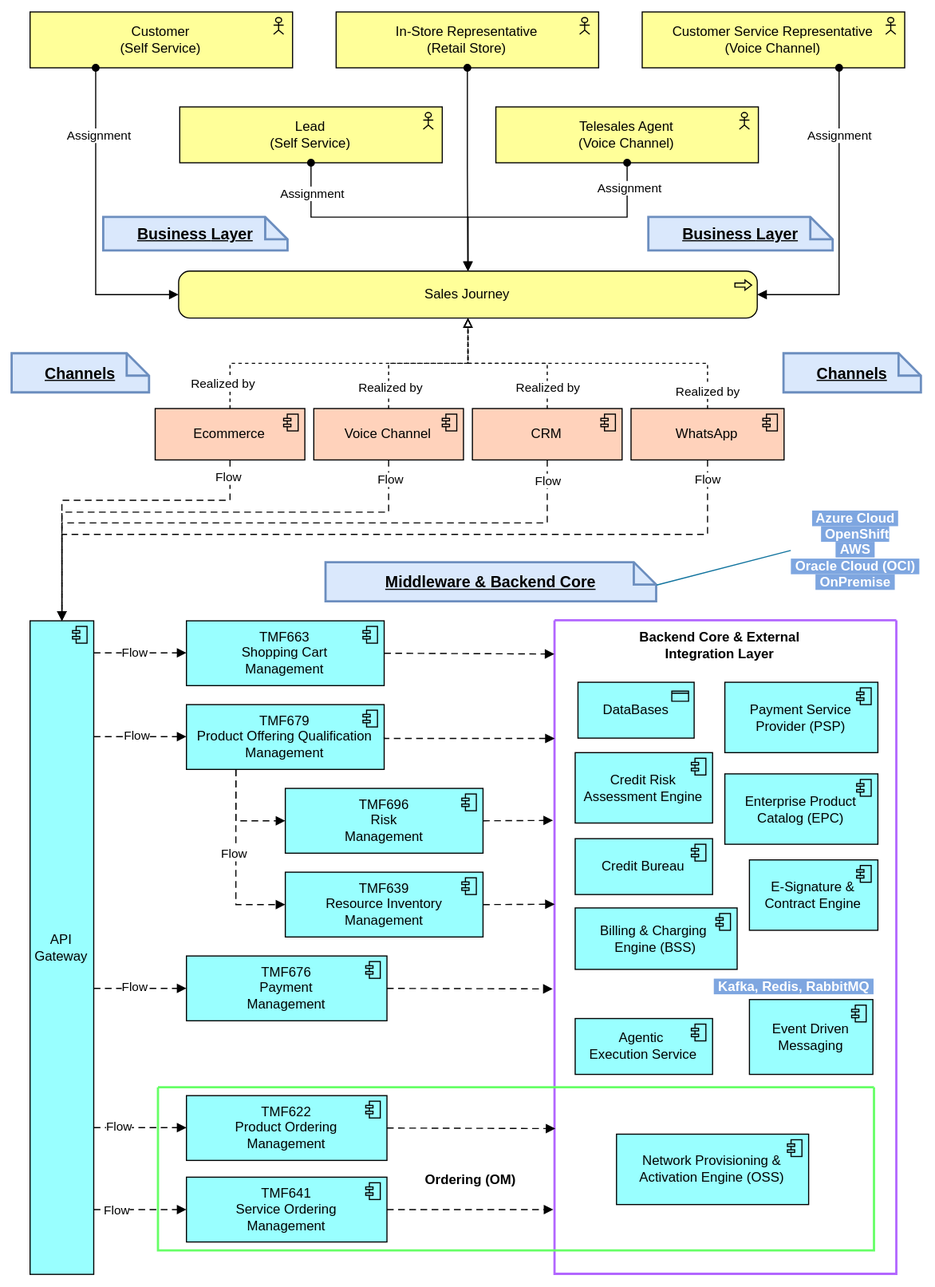
This is images/telco-sales-journey.svg from alex-daniel-m/alex-daniel-m, a draw.io export, as it was before one commit. Source tidied: cells renumbered, new cells last; positions are measured from the earlier drawing's top-left corner, leaving out a move shared by most shapes.
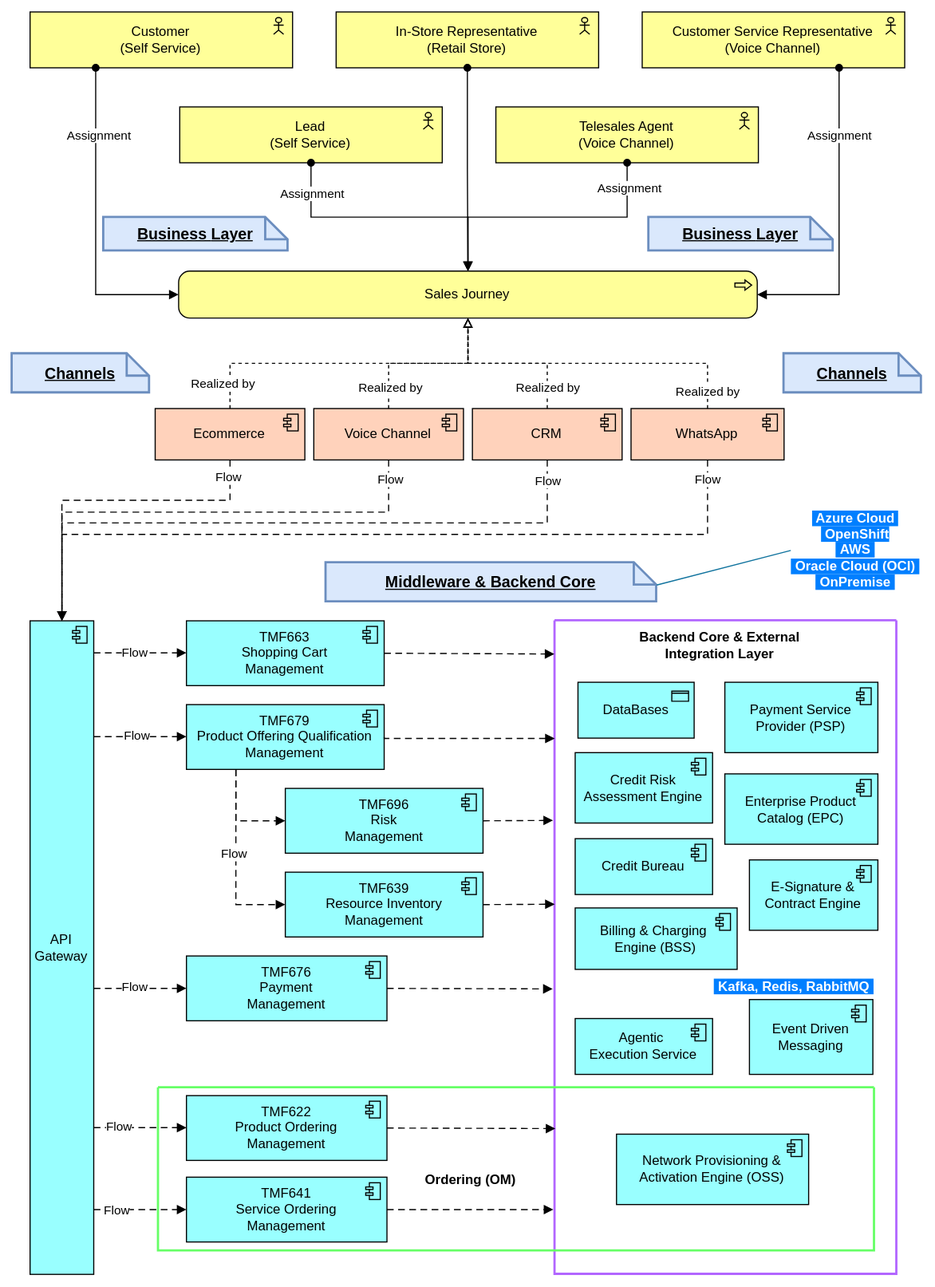
The same file after the commit.

Commit message:
update: blueprint architecture

What changed in the source:
```diff
@@ -266,7 +266,7 @@
     <mxCell id="67" value="Agentic&amp;nbsp;&lt;div&gt;Execution Service&lt;/div&gt;" style="html=1;whiteSpace=wrap;fillColor=#99ffff;shape=mxgraph.archimate3.application;appType=comp;archiType=square;" parent="58" vertex="1">
       <mxGeometry x="18" y="356" width="123" height="50" as="geometry" />
     </mxCell>
-    <mxCell id="68" value="&lt;b style=&quot;color: light-dark(rgb(255, 255, 255), rgb(255, 255, 255)); background-color: rgb(126, 166, 224);&quot;&gt;&amp;nbsp;Kafka,&amp;nbsp;Redis,&amp;nbsp;RabbitMQ&amp;nbsp;&lt;/b&gt;" style="text;html=1;whiteSpace=wrap;strokeColor=none;fillColor=none;align=center;verticalAlign=middle;rounded=0;" parent="58" vertex="1">
+    <mxCell id="68" value="&lt;b style=&quot;color: light-dark(rgb(255, 255, 255), rgb(255, 255, 255)); background-color: rgb(0, 127, 255);&quot;&gt;&amp;nbsp;Kafka,&amp;nbsp;Redis,&amp;nbsp;RabbitMQ&amp;nbsp;&lt;/b&gt;" style="text;html=1;whiteSpace=wrap;strokeColor=none;fillColor=none;align=center;verticalAlign=middle;rounded=0;" parent="58" vertex="1">
       <mxGeometry x="152" y="317" width="125.2" height="22" as="geometry" />
     </mxCell>
     <mxCell id="69" value="&lt;span style=&quot;color: light-dark(rgb(0, 0, 0), rgb(255, 255, 255));&quot;&gt;&lt;b style=&quot;&quot;&gt;Backend Core &amp;amp; External Integration Layer&lt;/b&gt;&lt;/span&gt;" style="text;html=1;whiteSpace=wrap;strokeColor=none;fillColor=none;align=center;verticalAlign=middle;rounded=0;" parent="58" vertex="1">
@@ -322,7 +322,7 @@
     <mxCell id="84" style="edgeStyle=elbowEdgeStyle;html=1;endArrow=block;dashed=1;elbow=vertical;endFill=1;dashPattern=6 4;rounded=0;exitX=1;exitY=0.5;exitDx=0;exitDy=0;exitPerimeter=0;entryX=-0.005;entryY=0.902;entryDx=0;entryDy=0;entryPerimeter=0;" parent="1" edge="1" source="53" target="58">
       <mxGeometry relative="1" as="geometry" />
     </mxCell>
-    <mxCell id="85" value="&lt;span style=&quot;background-color: rgb(126, 166, 224); color: light-dark(rgb(255, 255, 255), rgb(255, 255, 255));&quot;&gt;&amp;nbsp;Azure Cloud&amp;nbsp;&lt;/span&gt;&lt;div&gt;&lt;span style=&quot;background-color: rgb(126, 166, 224); color: light-dark(rgb(255, 255, 255), rgb(255, 255, 255));&quot;&gt;&amp;nbsp;OpenShift&lt;/span&gt;&lt;/div&gt;&lt;div&gt;&lt;span style=&quot;background-color: rgb(126, 166, 224); color: light-dark(rgb(255, 255, 255), rgb(255, 255, 255));&quot;&gt;&amp;nbsp;AWS&amp;nbsp;&lt;/span&gt;&lt;/div&gt;&lt;div&gt;&lt;span style=&quot;background-color: rgb(126, 166, 224); color: light-dark(rgb(255, 255, 255), rgb(255, 255, 255));&quot;&gt;&amp;nbsp;Oracle Cloud (OCI)&amp;nbsp;&lt;/span&gt;&lt;/div&gt;&lt;div&gt;&lt;span style=&quot;background-color: rgb(126, 166, 224); color: light-dark(rgb(255, 255, 255), rgb(255, 255, 255));&quot;&gt;&amp;nbsp;OnPremise&amp;nbsp;&lt;/span&gt;&lt;/div&gt;" style="text;html=1;whiteSpace=wrap;strokeColor=none;fillColor=none;align=center;verticalAlign=middle;rounded=0;fontStyle=1;" parent="1" vertex="1">
+    <mxCell id="85" value="&lt;span style=&quot;color: light-dark(rgb(255, 255, 255), rgb(255, 255, 255)); background-color: rgb(0, 127, 255);&quot;&gt;&amp;nbsp;Azure Cloud&amp;nbsp;&lt;/span&gt;&lt;div&gt;&lt;span style=&quot;color: light-dark(rgb(255, 255, 255), rgb(255, 255, 255)); background-color: rgb(0, 127, 255);&quot;&gt;&amp;nbsp;OpenShift&lt;/span&gt;&lt;/div&gt;&lt;div&gt;&lt;span style=&quot;color: light-dark(rgb(255, 255, 255), rgb(255, 255, 255)); background-color: rgb(0, 127, 255);&quot;&gt;&amp;nbsp;AWS&amp;nbsp;&lt;/span&gt;&lt;/div&gt;&lt;div&gt;&lt;span style=&quot;color: light-dark(rgb(255, 255, 255), rgb(255, 255, 255)); background-color: rgb(0, 127, 255);&quot;&gt;&amp;nbsp;Oracle Cloud (OCI)&amp;nbsp;&lt;/span&gt;&lt;/div&gt;&lt;div&gt;&lt;span style=&quot;color: light-dark(rgb(255, 255, 255), rgb(255, 255, 255)); background-color: rgb(0, 127, 255);&quot;&gt;&amp;nbsp;OnPremise&amp;nbsp;&lt;/span&gt;&lt;/div&gt;" style="text;html=1;whiteSpace=wrap;strokeColor=none;fillColor=none;align=center;verticalAlign=middle;rounded=0;fontStyle=1;" parent="1" vertex="1">
       <mxGeometry x="697" y="467" width="117" height="30" as="geometry" />
     </mxCell>
     <mxCell id="86" style="endArrow=none;html=1;rounded=0;entryX=0;entryY=0.5;entryDx=0;entryDy=0;exitX=0;exitY=0;exitDx=296;exitDy=20;exitPerimeter=0;fillColor=#b1ddf0;strokeColor=#10739e;" parent="1" edge="1" source="74" target="85">
```
